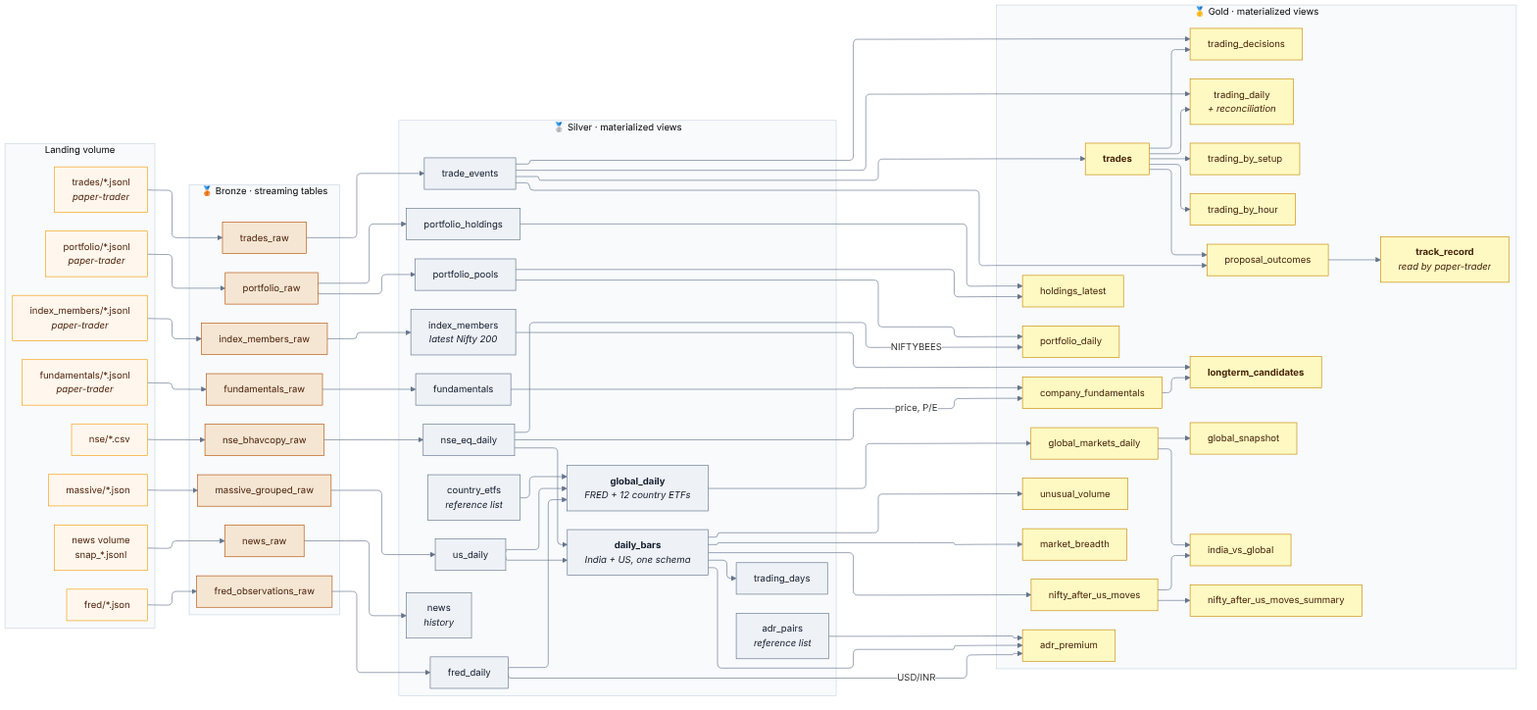
The Mermaid diagram docs/diagrams/03_lineage.png in bumblebee26/stocks_lakehouse, before a commit. Its source is kept beside it as docs/diagrams/03_lineage.mmd.
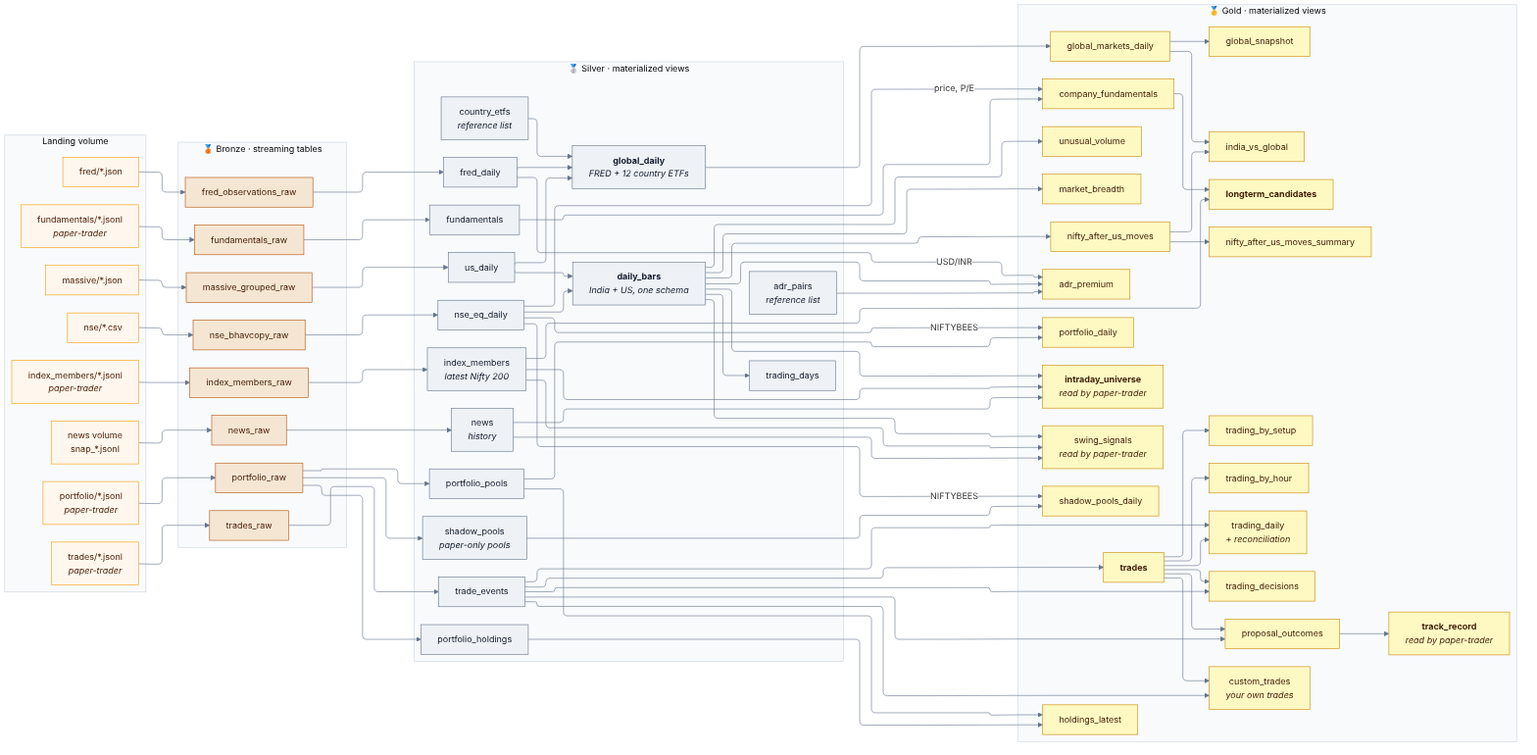
After the change.

The edit, as a diff of the source:
```diff
@@ -46,6 +46,7 @@
         S12["news<br/><i>history</i>"]
         S13["country_etfs<br/><i>reference list</i>"]
         S14["adr_pairs<br/><i>reference list</i>"]
+        S15["shadow_pools<br/><i>paper-only pools</i>"]
     end
 
     subgraph G["🥇 Gold · materialized views"]
@@ -69,6 +70,10 @@
         G17["<b>longterm_candidates</b>"]
         G18["proposal_outcomes"]
         G19["<b>track_record</b><br/><i>read by paper-trader</i>"]
+        G20["custom_trades<br/><i>your own trades</i>"]
+        G21["<b>intraday_universe</b><br/><i>read by paper-trader</i>"]
+        G22["swing_signals<br/><i>read by paper-trader</i>"]
+        G23["shadow_pools_daily"]
     end
 
     LN --> B1 --> S1 --> S3
@@ -107,6 +112,16 @@
     LI --> B7 --> S11 --> G17
     G16 --> G17
     LW --> B8 --> S12
+    G9 --> G20
+    S7 --> G20
+    B5 --> S15 --> G23
+    S1 -- "NIFTYBEES" --> G23
+    S3 --> G21
+    S11 --> G21
+    S12 --> G21
+    S3 --> G22
+    S11 --> G22
+    S12 --> G22
 
     classDef land fill:#fff7ed,stroke:#f59e0b,color:#451a03
     classDef bronze fill:#f5e6d3,stroke:#b45309,color:#451a03
@@ -114,5 +129,5 @@
     classDef gold fill:#fef9c3,stroke:#ca8a04,color:#422006
     class LN,LM,LF,LT,LP,LU,LI,LW land
     class B1,B2,B3,B4,B5,B6,B7,B8 bronze
-    class S1,S2,S3,S4,S5,S6,S7,S8,S9,S10,S11,S12,S13,S14 silver
-    class G1,G2,G3,G4,G5,G6,G7,G8,G9,G10,G11,G12,G13,G14,G15,G16,G17,G18,G19 gold
+    class S1,S2,S3,S4,S5,S6,S7,S8,S9,S10,S11,S12,S13,S14,S15 silver
+    class G1,G2,G3,G4,G5,G6,G7,G8,G9,G10,G11,G12,G13,G14,G15,G16,G17,G18,G19,G20,G21,G22,G23 gold
```
